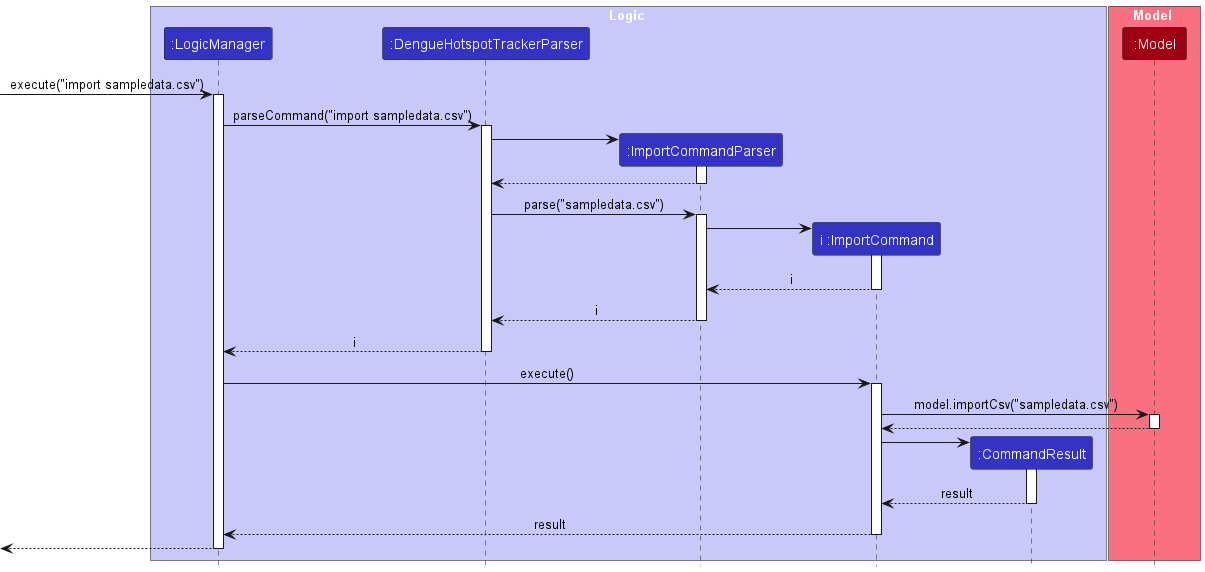
Before: docs/images/ImportSequenceDiagram.png, a diagram exported from PlantUML (nus-cs2103-AY2223S2/tp). Its diagram source:
```plantuml
@startuml
!include style.puml
hide footbox

box Logic LOGIC_COLOR_T1
participant ":LogicManager" as LogicManager LOGIC_COLOR
participant ":DengueHotspotTrackerParser" as DengueHotspotTrackerParser LOGIC_COLOR
participant ":ImportCommandParser" as ImportCommandParser LOGIC_COLOR
participant "i :ImportCommand" as ImportCommand LOGIC_COLOR
participant ":CommandResult" as CommandResult LOGIC_COLOR
end box

box Model MODEL_COLOR_T1
participant ":Model" as Model MODEL_COLOR
end box

[-> LogicManager : execute("import sampledata.csv")
activate LogicManager

LogicManager -> DengueHotspotTrackerParser : parseCommand("import sampledata.csv")
activate DengueHotspotTrackerParser

create ImportCommandParser
DengueHotspotTrackerParser -> ImportCommandParser
activate ImportCommandParser

ImportCommandParser --> DengueHotspotTrackerParser
deactivate ImportCommandParser

DengueHotspotTrackerParser -> ImportCommandParser : parse("sampledata.csv")
activate ImportCommandParser

create ImportCommand
ImportCommandParser -> ImportCommand
activate ImportCommand

ImportCommand --> ImportCommandParser : i
deactivate ImportCommand

ImportCommandParser --> DengueHotspotTrackerParser : i
deactivate ImportCommandParser

DengueHotspotTrackerParser --> LogicManager : i
deactivate DengueHotspotTrackerParser

LogicManager -> ImportCommand : execute()
activate ImportCommand

ImportCommand -> Model : model.importCsv("sampledata.csv")
activate Model

Model --> ImportCommand
deactivate Model

create CommandResult
ImportCommand -> CommandResult
activate CommandResult

CommandResult --> ImportCommand : result
deactivate CommandResult



ImportCommand --> LogicManager : result
deactivate ImportCommand

LogicManager -->[
deactivate LogicManager

@enduml
```
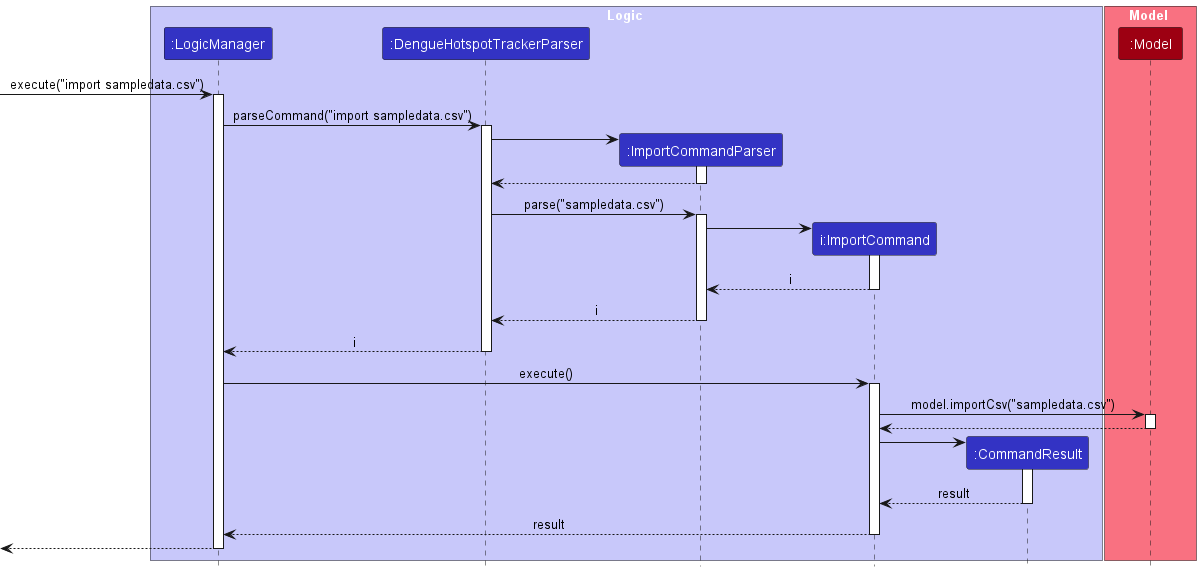
After the commit.

Commit message:
Update sequence diagram

The edit, as a diff of the source:
```diff
@@ -6,7 +6,7 @@
 participant ":LogicManager" as LogicManager LOGIC_COLOR
 participant ":DengueHotspotTrackerParser" as DengueHotspotTrackerParser LOGIC_COLOR
 participant ":ImportCommandParser" as ImportCommandParser LOGIC_COLOR
-participant "i :ImportCommand" as ImportCommand LOGIC_COLOR
+participant "i:ImportCommand" as ImportCommand LOGIC_COLOR
 participant ":CommandResult" as CommandResult LOGIC_COLOR
 end box
 
```
